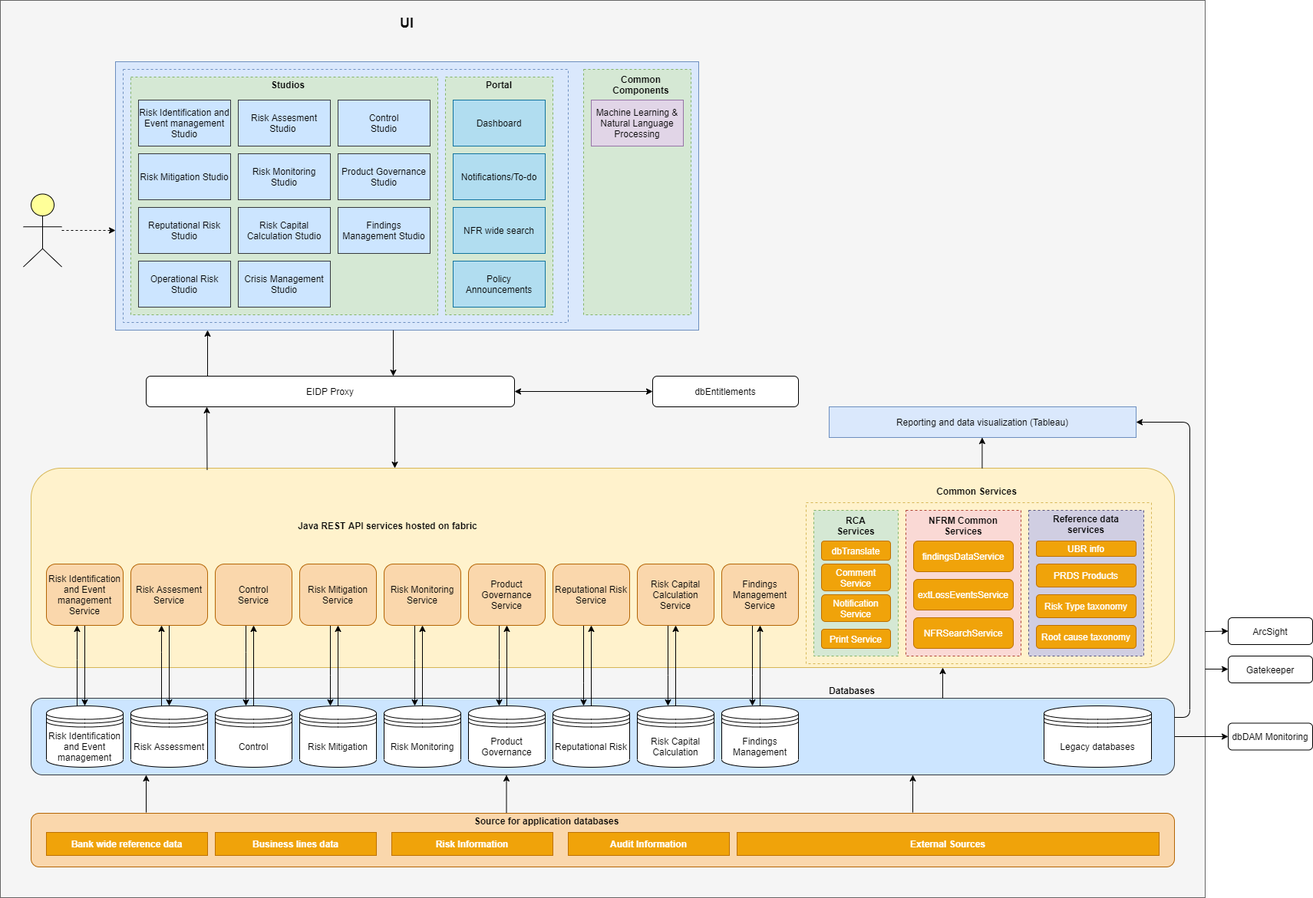
Earlier version of the draw.io export dbfuse/technical architecture.png (kothawaderupesh/draw.io-diagrams). Source tidied: cells renumbered, new cells last; positions are measured from the earlier drawing's top-left corner, leaving out a move shared by most shapes.
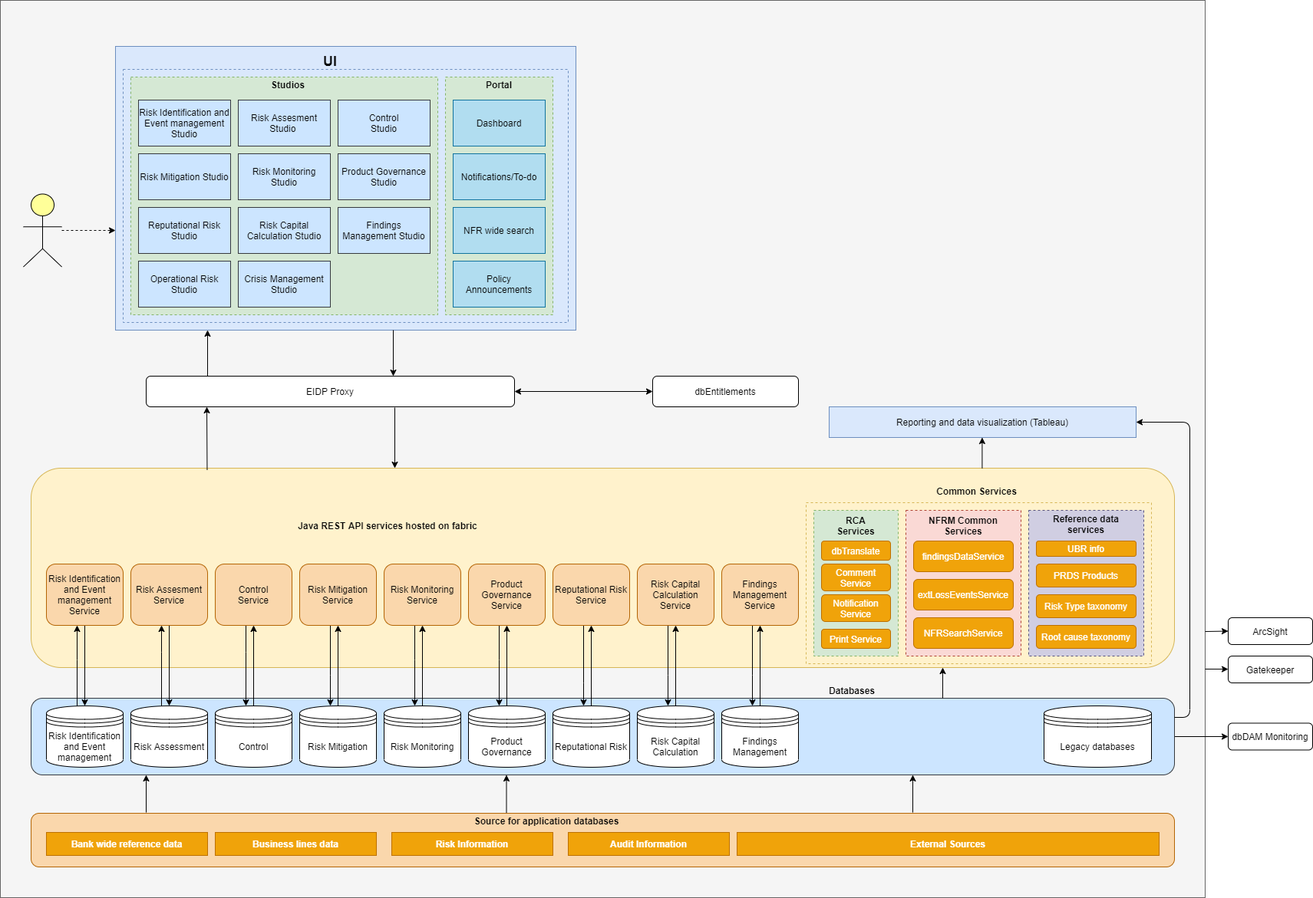
After the change.

Change to the diagram source:
```diff
@@ -6,7 +6,7 @@
       <mxGeometry width="1570" height="1170" as="geometry" />
     </mxCell>
     <mxCell id="3" style="rounded=0;whiteSpace=wrap;html=1;fillColor=#dae8fc;strokeColor=#6c8ebf;" parent="1" vertex="1">
-      <mxGeometry x="150" y="80" width="760" height="350" as="geometry" />
+      <mxGeometry x="150" y="60" width="600" height="370" as="geometry" />
     </mxCell>
     <mxCell id="4" style="rounded=0;whiteSpace=wrap;html=1;dashed=1;fillColor=#dae8fc;strokeColor=#6c8ebf;" parent="1" vertex="1">
       <mxGeometry x="160" y="90" width="580" height="330" as="geometry" />
@@ -305,12 +305,6 @@
     <mxCell id="87" value="Policy Announcements" style="rounded=0;whiteSpace=wrap;html=1;fillColor=#b1ddf0;strokeColor=#10739e;" parent="1" vertex="1">
       <mxGeometry x="590" y="340" width="120" height="60" as="geometry" />
     </mxCell>
-    <mxCell id="88" style="rounded=0;whiteSpace=wrap;html=1;dashed=1;fillColor=#d5e8d4;strokeColor=#82b366;" parent="1" vertex="1">
-      <mxGeometry x="760" y="90" width="140" height="320" as="geometry" />
-    </mxCell>
-    <mxCell id="89" value="Machine Learning &amp;amp; Natural Language Processing" style="rounded=0;whiteSpace=wrap;html=1;fillColor=#e1d5e7;strokeColor=#9673a6;" parent="1" vertex="1">
-      <mxGeometry x="770" y="130" width="120" height="60" as="geometry" />
-    </mxCell>
     <mxCell id="90" value="Print Service" style="rounded=1;whiteSpace=wrap;html=1;fillColor=#f0a30a;strokeColor=#BD7000;fontColor=#ffffff;" parent="1" vertex="1">
       <mxGeometry x="1070" y="820" width="90" height="25" as="geometry" />
     </mxCell>
@@ -320,11 +314,8 @@
     <mxCell id="92" value="&lt;b&gt;Portal&lt;/b&gt;" style="text;html=1;strokeColor=none;fillColor=none;align=center;verticalAlign=middle;whiteSpace=wrap;rounded=0;" parent="1" vertex="1">
       <mxGeometry x="630" y="100" width="40" height="20" as="geometry" />
     </mxCell>
-    <mxCell id="93" value="&lt;b&gt;Common Components&lt;/b&gt;" style="text;html=1;strokeColor=none;fillColor=none;align=center;verticalAlign=middle;whiteSpace=wrap;rounded=0;" parent="1" vertex="1">
-      <mxGeometry x="770" y="100" width="130" height="20" as="geometry" />
-    </mxCell>
     <mxCell id="94" value="&lt;b&gt;&lt;font style=&quot;font-size: 18px&quot;&gt;UI&lt;/font&gt;&lt;/b&gt;" style="text;html=1;strokeColor=none;fillColor=none;align=center;verticalAlign=middle;whiteSpace=wrap;rounded=0;dashed=1;" parent="1" vertex="1">
-      <mxGeometry x="510" y="20" width="40" height="20" as="geometry" />
+      <mxGeometry x="410" y="70" width="40" height="20" as="geometry" />
     </mxCell>
     <mxCell id="95" value="EIDP Proxy" style="rounded=1;whiteSpace=wrap;html=1;" parent="1" vertex="1">
       <mxGeometry x="190" y="490" width="480" height="40" as="geometry" />
```
